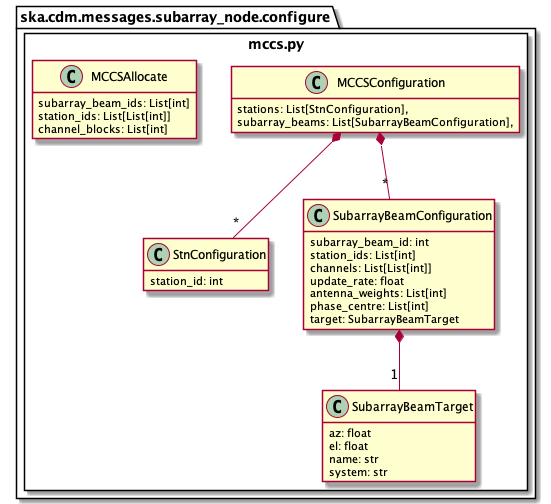
Before: docs/src/developer/subarraynode/mccs.png, a diagram exported from PlantUML (ska-telescope/cdm-shared-library).
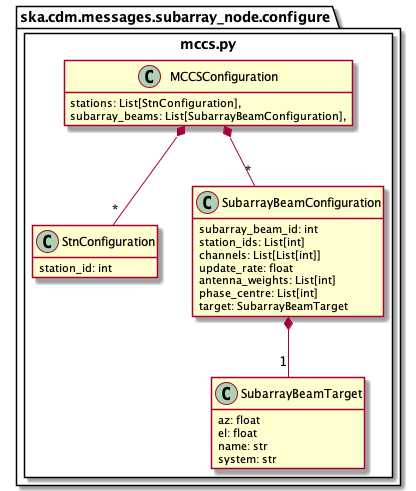
After the commit.

Commit message:
AT2-729 delete MCCSAllocate from SubArrayNode PlantUML diagram

What changed in the source:
```diff
@@ -32,13 +32,6 @@
         }
         MCCSConfiguration *-- "*" StnConfiguration
         MCCSConfiguration *-- "*" SubarrayBeamConfiguration
-
-        class MCCSAllocate {
-            subarray_beam_ids: List[int]
-            station_ids: List[List[int]]
-            channel_blocks: List[int]
-        }
-
     }
 }
 
```
